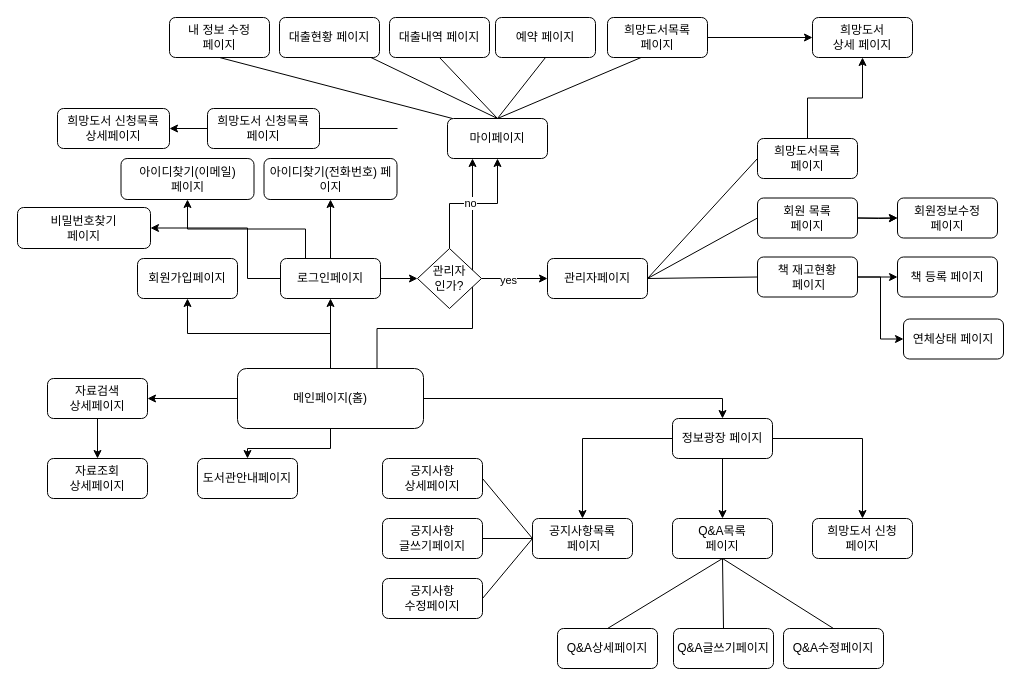
Above: 문서/uml.drawio in dambijin/carpe_diem_project1 (draw.io), before the change. Source tidied: cells renumbered, new cells numbered last; positions are measured from the earlier drawing's top-left corner, leaving out a move shared by most shapes. Both pictures are drawn from the tidied source at 100%, with x=0, y=0 at pixel (17, 17).
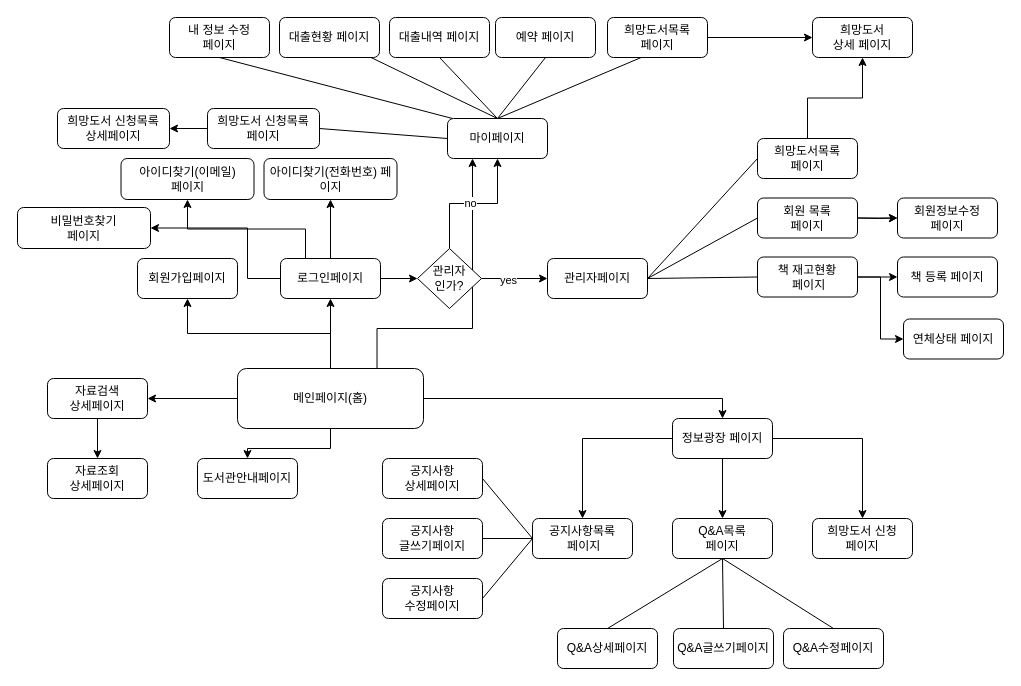
Above is the later version.

The change refers to these unchanged cells:
```xml
<mxCell id="23" value="마이페이지" style="rounded=1;whiteSpace=wrap;html=1;" parent="1" vertex="1">
  <mxGeometry x="430" y="101" width="100" height="40" as="geometry" />
</mxCell>
<mxCell id="66" value="희망도서 신청목록&lt;br&gt;페이지" style="rounded=1;whiteSpace=wrap;html=1;" parent="1" vertex="1">
  <mxGeometry x="190" y="91" width="112" height="40" as="geometry" />
</mxCell>
```

Change to the diagram source:
```diff
@@
-    <mxCell id="67" style="endArrow=none;html=1;rounded=0;exitX=1;exitY=0.5;exitDx=0;exitDy=0;" parent="1" edge="1" source="66">
-      <mxGeometry relative="1" as="geometry">
-        <mxPoint x="380" y="111" as="targetPoint" />
-      </mxGeometry>
+    <mxCell id="67" style="endArrow=none;html=1;rounded=0;exitX=1;exitY=0.5;exitDx=0;exitDy=0;entryX=0;entryY=0.5;entryDx=0;entryDy=0;" parent="1" edge="1" source="66" target="23">
+      <mxGeometry relative="1" as="geometry" />
     </mxCell>
```
